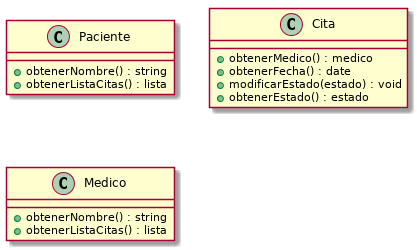
This is P4/DiagramaDeClases.png from Ludvins/DGIIM_FIS, a PlantUML export, as it was before one commit. The source it was exported from:
```plantuml
@startuml

class Paciente {

+ obtenerNombre() : string
+ obtenerListaCitas() : lista
}

class Cita {

+ obtenerMedico() : medico
+ obtenerFecha() : date
+ modificarEstado(estado) : void
+ obtenerEstado() : estado
}

class Medico {

+ obtenerNombre() : string
+ obtenerListaCitas() : lista
}


@enduml
```
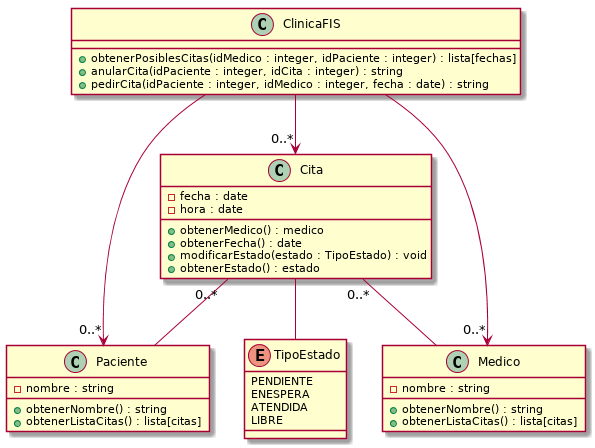
Later version of the same file.

Commit message:
Termina diagramas

The edit, as a diff of the source:
```diff
@@ -1,24 +1,44 @@
 @startuml
 
 class Paciente {
-
+- nombre : string
 + obtenerNombre() : string
-+ obtenerListaCitas() : lista
++ obtenerListaCitas() : lista[citas]
 }
 
 class Cita {
-
+- fecha : date
+- hora : date
 + obtenerMedico() : medico
 + obtenerFecha() : date
-+ modificarEstado(estado) : void
++ modificarEstado(estado : TipoEstado) : void
 + obtenerEstado() : estado
 }
 
-class Medico {
-
-+ obtenerNombre() : string
-+ obtenerListaCitas() : lista
+enum TipoEstado {
+PENDIENTE
+ENESPERA
+ATENDIDA
+LIBRE
 }
 
+class Medico {
+- nombre : string
++ obtenerNombre() : string
++ obtenerListaCitas() : lista[citas]
+}
 
+class ClinicaFIS {
+
++ obtenerPosiblesCitas(idMedico : integer, idPaciente : integer) : lista[fechas]
++ anularCita(idPaciente : integer, idCita : integer) : string
++ pedirCita(idPaciente : integer, idMedico : integer, fecha : date) : string
+}
+
+Cita "0..*"-- Paciente
+Cita "0..*"-- Medico
+Cita -- TipoEstado
+ClinicaFIS -->"0..*" Paciente
+ClinicaFIS -->"0..*" Medico
+ClinicaFIS -->"0..*" Cita
 @enduml
```
